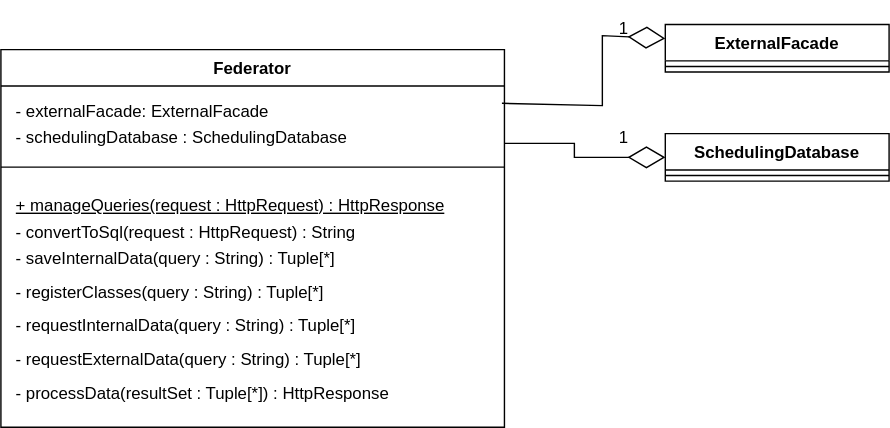
Earlier version of the draw.io export Storage/TeamOneFiles/federator_class_diagram.drawio.svg (MckennahPalmer/CSE430). Source tidied: cells renumbered, new cells last; positions are measured from the earlier drawing's top-left corner, leaving out a move shared by most shapes.
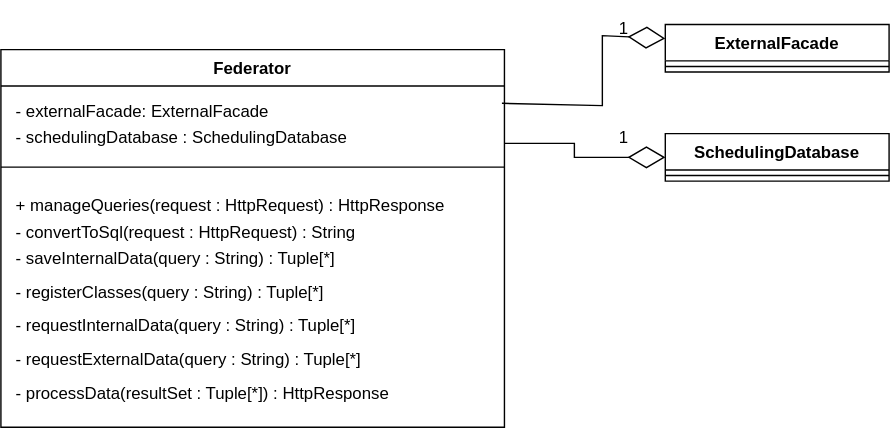
The same file after the commit.

Commit message:
Removed static from manage queries

Change to the diagram source:
```diff
@@ -11,7 +11,7 @@
     <mxCell id="4" style="line;strokeWidth=1;fillColor=none;align=left;verticalAlign=middle;spacingTop=-1;spacingLeft=3;spacingRight=3;labelPosition=right;strokeColor=inherit;" parent="2" vertex="1">
       <mxGeometry y="80" width="360" height="8" as="geometry" />
     </mxCell>
-    <mxCell id="5" value="&lt;div style=&quot;line-height: 200%;&quot;&gt;&lt;u&gt;&lt;span style=&quot;background-color: initial;&quot;&gt;+ manageQueries(request : HttpRequest) : HttpResponse&lt;/span&gt;&lt;br&gt;&lt;/u&gt;&lt;/div&gt;- convertToSql(request : HttpRequest) : String&lt;div style=&quot;line-height: 200%;&quot;&gt;- saveInternalData(query : String) : Tuple[*]&lt;br&gt;&lt;div style=&quot;line-height: 200%;&quot;&gt;- registerClasses(query : String) : Tuple[*]&lt;/div&gt;&lt;div style=&quot;line-height: 200%;&quot;&gt;- requestInternalData(query : String) : Tuple[*]&lt;/div&gt;&lt;div style=&quot;line-height: 200%;&quot;&gt;- requestExternalData(query : String) : Tuple[*]&lt;/div&gt;&lt;div style=&quot;line-height: 200%;&quot;&gt;- processData(resultSet : Tuple[*]) : HttpResponse&lt;/div&gt;&lt;/div&gt;" style="text;strokeColor=none;fillColor=none;align=left;verticalAlign=top;spacingLeft=4;spacingRight=4;overflow=hidden;whiteSpace=wrap;html=1;spacingTop=0;spacingBottom=0;spacing=7;" parent="2" vertex="1">
+    <mxCell id="5" value="&lt;div style=&quot;line-height: 200%;&quot;&gt;&lt;span style=&quot;background-color: initial;&quot;&gt;+ manageQueries(request : HttpRequest) : HttpResponse&lt;/span&gt;&lt;br&gt;&lt;/div&gt;- convertToSql(request : HttpRequest) : String&lt;div style=&quot;line-height: 200%;&quot;&gt;- saveInternalData(query : String) : Tuple[*]&lt;br&gt;&lt;div style=&quot;line-height: 200%;&quot;&gt;- registerClasses(query : String) : Tuple[*]&lt;/div&gt;&lt;div style=&quot;line-height: 200%;&quot;&gt;- requestInternalData(query : String) : Tuple[*]&lt;/div&gt;&lt;div style=&quot;line-height: 200%;&quot;&gt;- requestExternalData(query : String) : Tuple[*]&lt;/div&gt;&lt;div style=&quot;line-height: 200%;&quot;&gt;- processData(resultSet : Tuple[*]) : HttpResponse&lt;/div&gt;&lt;/div&gt;" style="text;strokeColor=none;fillColor=none;align=left;verticalAlign=top;spacingLeft=4;spacingRight=4;overflow=hidden;whiteSpace=wrap;html=1;spacingTop=0;spacingBottom=0;spacing=7;" parent="2" vertex="1">
       <mxGeometry y="88" width="360" height="182" as="geometry" />
     </mxCell>
     <mxCell id="6" value="ExternalFacade" style="swimlane;fontStyle=1;align=center;verticalAlign=top;horizontal=1;startSize=26;whiteSpace=wrap;html=1;" parent="1" vertex="1">
```
